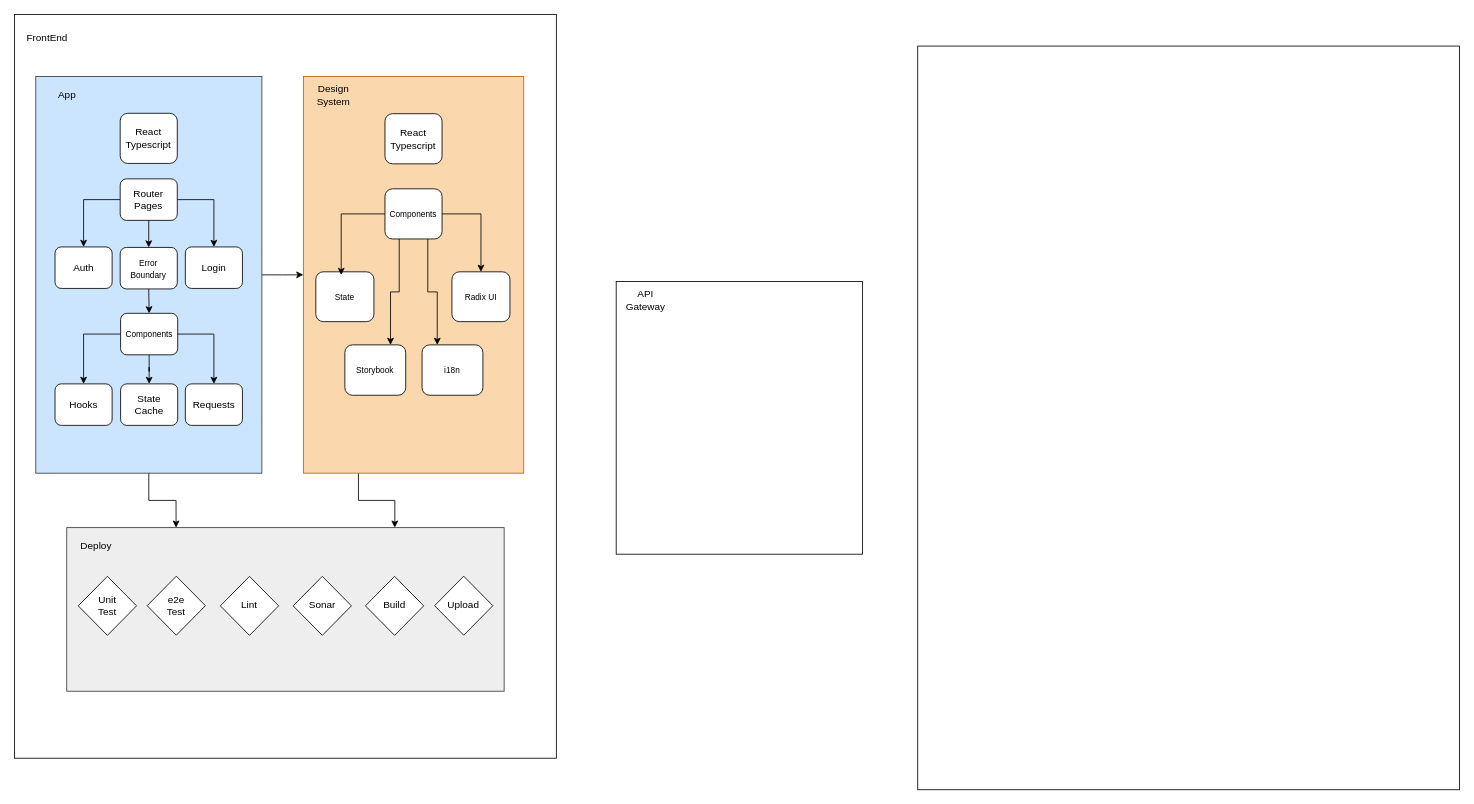
Before: saved/SystemDesign.drawio in matheushf/drawio, a draw.io diagram. Source tidied: cells renumbered, new cells numbered last; positions are measured from the earlier drawing's top-left corner, leaving out a move shared by most shapes. Both pictures are drawn from the tidied source at 83%, with x=0, y=0 at pixel (14, 14).
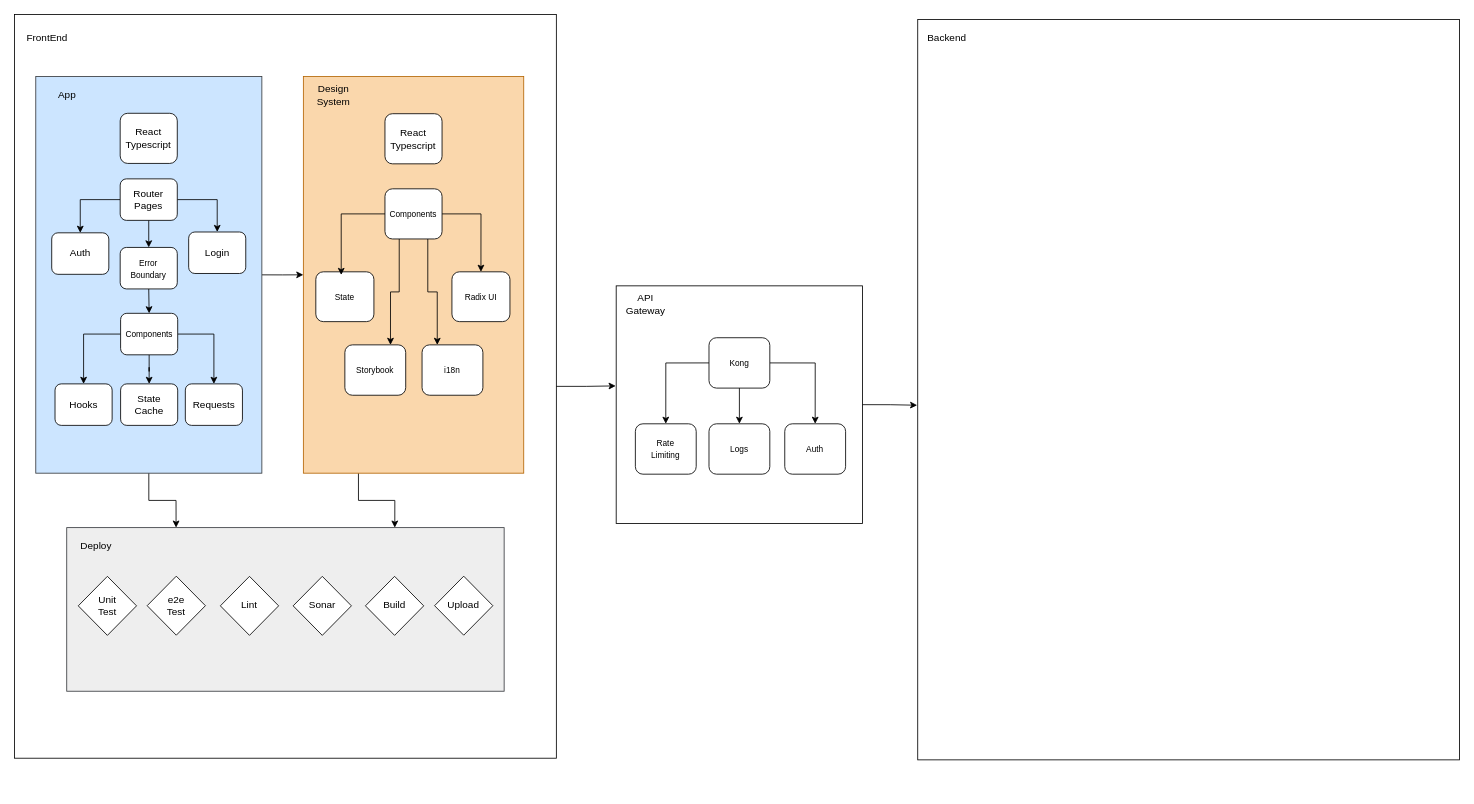
Above is the later version.

The change refers to these unchanged cells:
```xml
<mxCell id="4" style="rounded=0;whiteSpace=wrap;html=1;" parent="1" vertex="1">
  <mxGeometry width="652.8" height="896" as="geometry" />
</mxCell>
```

What changed in the source:
```diff
@@
     <mxCell id="2" style="rounded=0;whiteSpace=wrap;html=1;" parent="1" vertex="1">
-      <mxGeometry x="1088.2" y="38" width="652.8" height="896" as="geometry" />
+      <mxGeometry x="1088.2" y="6" width="652.8" height="892" as="geometry" />
     </mxCell>
     <mxCell id="3" style="rounded=0;whiteSpace=wrap;html=1;" parent="1" vertex="1">
-      <mxGeometry x="724.9" y="321.7" width="296.7" height="328.5" as="geometry" />
+      <mxGeometry x="724.9" y="326.9" width="296.8" height="286.3" as="geometry" />
     </mxCell>
@@
     <mxCell id="25" value="Auth" style="rounded=1;whiteSpace=wrap;html=1;" parent="1" vertex="1">
-      <mxGeometry x="48.8" y="280" width="68.8" height="50" as="geometry" />
+      <mxGeometry x="44.8" y="263" width="68.8" height="50" as="geometry" />
     </mxCell>
     <mxCell id="26" value="Login" style="rounded=1;whiteSpace=wrap;html=1;" parent="1" vertex="1">
-      <mxGeometry x="205.8" y="280" width="68.8" height="50" as="geometry" />
+      <mxGeometry x="209.8" y="262" width="68.8" height="50" as="geometry" />
     </mxCell>
@@
     <mxCell id="47" value="API&lt;div&gt;Gateway&lt;/div&gt;" style="text;html=1;align=center;verticalAlign=middle;whiteSpace=wrap;rounded=0;" parent="1" vertex="1">
-      <mxGeometry x="724.9" y="321.7" width="71.2" height="44.8" as="geometry" />
+      <mxGeometry x="724.9" y="326.9" width="71.2" height="44.8" as="geometry" />
     </mxCell>
+    <mxCell id="48" style="edgeStyle=orthogonalEdgeStyle;rounded=0;jettySize=auto;html=1;exitX=0;exitY=0.5;exitDx=0;exitDy=0;entryX=0.5;entryY=0;entryDx=0;entryDy=0;fontFamily=Helvetica;fontSize=12;fontColor=default;" parent="1" edge="1" source="51" target="52">
+      <mxGeometry relative="1" as="geometry" />
+    </mxCell>
+    <mxCell id="49" style="edgeStyle=orthogonalEdgeStyle;rounded=0;jettySize=auto;html=1;exitX=0.5;exitY=1;exitDx=0;exitDy=0;entryX=0.5;entryY=0;entryDx=0;entryDy=0;fontFamily=Helvetica;fontSize=12;fontColor=default;" parent="1" edge="1" source="51" target="53">
+      <mxGeometry relative="1" as="geometry" />
+    </mxCell>
+    <mxCell id="50" style="edgeStyle=orthogonalEdgeStyle;rounded=0;jettySize=auto;html=1;exitX=1;exitY=0.5;exitDx=0;exitDy=0;entryX=0.5;entryY=0;entryDx=0;entryDy=0;fontFamily=Helvetica;fontSize=12;fontColor=default;" parent="1" edge="1" source="51" target="54">
+      <mxGeometry relative="1" as="geometry" />
+    </mxCell>
+    <mxCell id="51" value="&lt;font style=&quot;font-size: 10px;&quot;&gt;Kong&lt;/font&gt;" style="rounded=1;whiteSpace=wrap;html=1;" parent="1" vertex="1">
+      <mxGeometry x="836.7" y="389.4" width="73.3" height="60.7" as="geometry" />
+    </mxCell>
+    <mxCell id="52" value="&lt;font style=&quot;font-size: 10px;&quot;&gt;Rate&lt;/font&gt;&lt;div&gt;&lt;font style=&quot;font-size: 10px;&quot;&gt;Limiting&lt;/font&gt;&lt;/div&gt;" style="rounded=1;whiteSpace=wrap;html=1;" parent="1" vertex="1">
+      <mxGeometry x="748" y="493.1" width="73.3" height="60.7" as="geometry" />
+    </mxCell>
+    <mxCell id="53" value="&lt;span style=&quot;font-size: 10px;&quot;&gt;Logs&lt;/span&gt;" style="rounded=1;whiteSpace=wrap;html=1;" parent="1" vertex="1">
+      <mxGeometry x="836.7" y="493.1" width="73.3" height="60.7" as="geometry" />
+    </mxCell>
+    <mxCell id="54" value="&lt;span style=&quot;font-size: 10px;&quot;&gt;Auth&lt;/span&gt;" style="rounded=1;whiteSpace=wrap;html=1;" parent="1" vertex="1">
+      <mxGeometry x="928" y="493.1" width="73.3" height="60.7" as="geometry" />
+    </mxCell>
+    <mxCell id="55" style="edgeStyle=orthogonalEdgeStyle;rounded=0;jettySize=auto;html=1;exitX=1;exitY=0.5;exitDx=0;exitDy=0;entryX=-0.002;entryY=0.421;entryDx=0;entryDy=0;entryPerimeter=0;fontFamily=Helvetica;fontSize=12;fontColor=default;" parent="1" edge="1" source="4" target="3">
+      <mxGeometry relative="1" as="geometry" />
+    </mxCell>
+    <mxCell id="56" style="edgeStyle=orthogonalEdgeStyle;rounded=0;jettySize=auto;html=1;exitX=1;exitY=0.5;exitDx=0;exitDy=0;entryX=-0.001;entryY=0.521;entryDx=0;entryDy=0;entryPerimeter=0;fontFamily=Helvetica;fontSize=12;fontColor=default;" parent="1" edge="1" source="3" target="2">
+      <mxGeometry relative="1" as="geometry" />
+    </mxCell>
+    <mxCell id="57" value="Backend" style="text;html=1;align=center;verticalAlign=middle;whiteSpace=wrap;rounded=0;" parent="1" vertex="1">
+      <mxGeometry x="1088.2" y="6" width="71.2" height="44.8" as="geometry" />
+    </mxCell>
```
